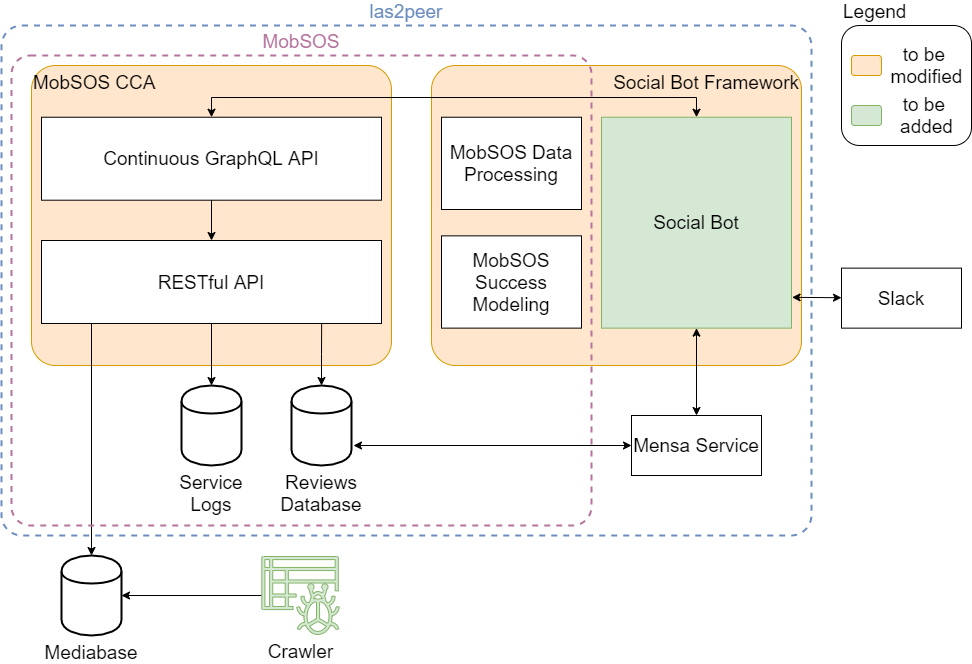
Earlier version of the draw.io export figures/realization/components_overview.png (lakhoune/bachelor-thesis). Source tidied: cells renumbered, new cells last; positions are measured from the earlier drawing's top-left corner, leaving out a move shared by most shapes.
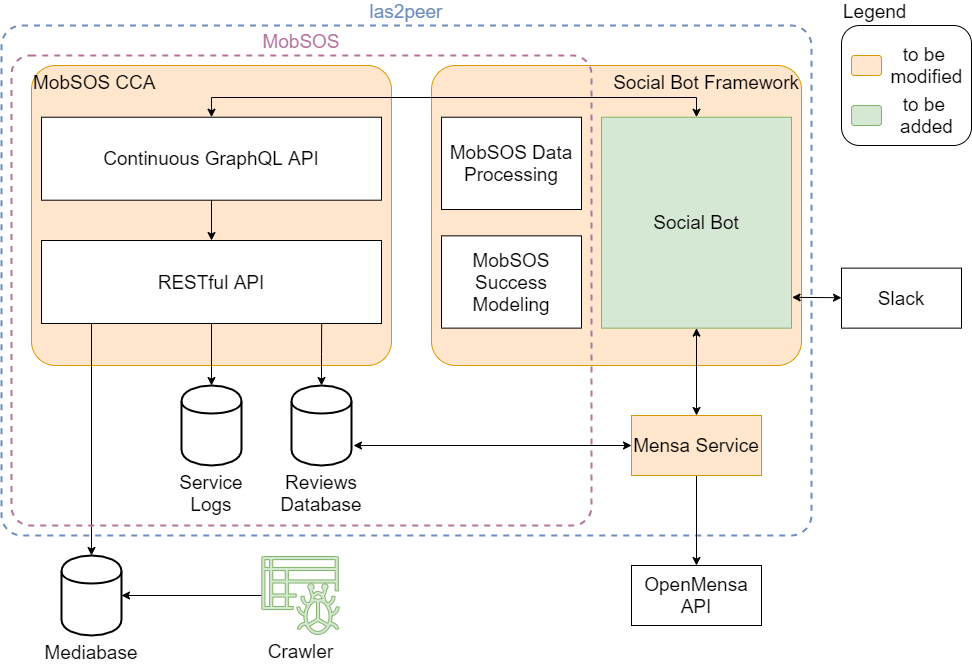
Later version of the same file.

Commit message:
add open mensa api

What changed in the source:
```diff
@@ -10,9 +10,15 @@
         <mxPoint x="352" y="420" as="targetPoint" />
       </mxGeometry>
     </mxCell>
+    <mxCell id="36" style="edgeStyle=orthogonalEdgeStyle;rounded=0;jettySize=auto;html=1;" parent="1" edge="1" source="4" target="37">
+      <mxGeometry relative="1" as="geometry" />
+    </mxCell>
-    <mxCell id="4" value="Mensa Service" style="rounded=0;whiteSpace=wrap;html=1;fontSize=19;" parent="1" vertex="1">
+    <mxCell id="4" value="Mensa Service" style="rounded=0;whiteSpace=wrap;html=1;fontSize=19;fillColor=#ffe6cc;strokeColor=#d79b00;" parent="1" vertex="1">
       <mxGeometry x="630" y="390" width="130" height="60" as="geometry" />
     </mxCell>
+    <mxCell id="37" value="OpenMensa API" style="rounded=0;whiteSpace=wrap;html=1;fontSize=19;" parent="1" vertex="1">
+      <mxGeometry x="630" y="540" width="130" height="60" as="geometry" />
+    </mxCell>
     <mxCell id="5" value="MobSOS CCA" style="rounded=1;whiteSpace=wrap;html=1;fillColor=#ffe6cc;strokeColor=#d79b00;verticalAlign=top;align=left;fontSize=19;arcSize=8;" parent="1" vertex="1">
       <mxGeometry x="30" y="40" width="360" height="300" as="geometry" />
     </mxCell>
```
